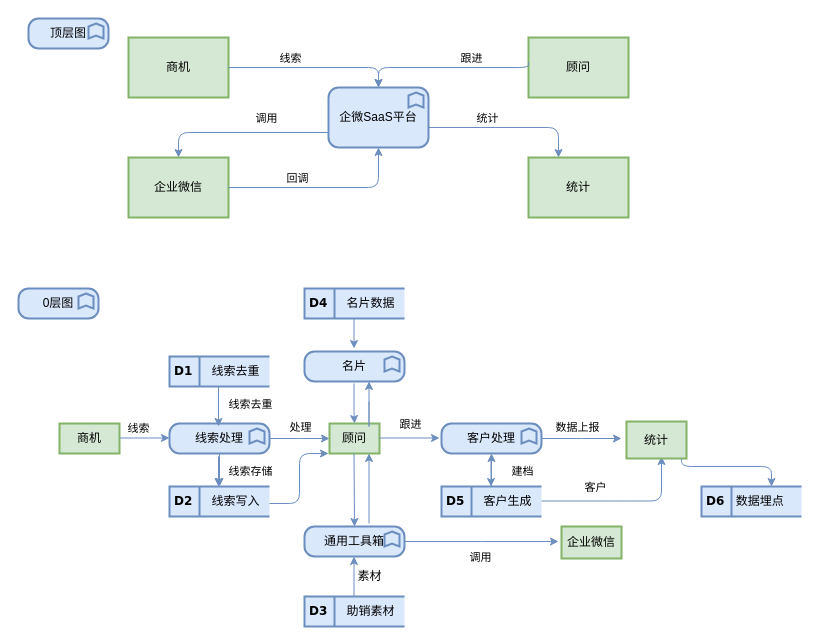
Above: Untitled Diagram.drawio in ulfsar/wiki (draw.io), before the change. Source tidied: cells renumbered, new cells numbered last; positions are measured from the earlier drawing's top-left corner, leaving out a move shared by most shapes. Both pictures are drawn from the tidied source at 100%, with x=0, y=0 at pixel (18, 18).
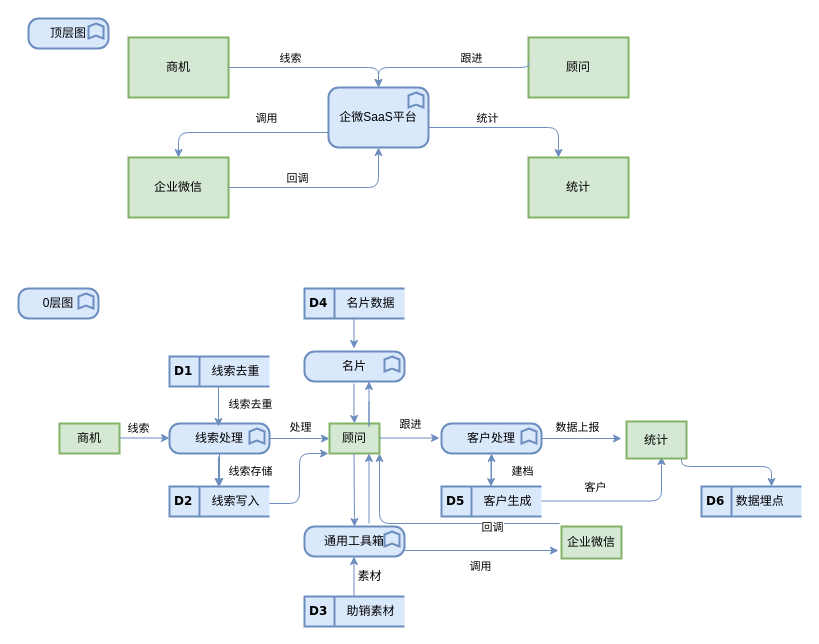
The same diagram, later.

Commit message:
企微SaaS数据流0层

The change refers to these unchanged cells:
```xml
<mxCell id="47" value="通用工具箱" style="html=1;outlineConnect=0;whiteSpace=wrap;fillColor=#dae8fc;strokeColor=#6c8ebf;shape=mxgraph.archimate3.application;appType=func;archiType=rounded;strokeWidth=2;" parent="1" vertex="1">
  <mxGeometry x="286" y="508" width="100" height="30" as="geometry" />
</mxCell>
```

The edit, as a diff of the source:
```diff
@@
-    <mxCell id="45" style="edgeStyle=orthogonalEdgeStyle;rounded=0;jettySize=auto;html=1;exitX=1;exitY=0.5;exitDx=0;exitDy=0;exitPerimeter=0;strokeColor=#6C8EBF;" parent="1" edge="1" source="47">
+    <mxCell id="45" style="edgeStyle=orthogonalEdgeStyle;rounded=0;orthogonalLoop=1;jettySize=auto;html=1;exitX=1;exitY=0.5;exitDx=0;exitDy=0;exitPerimeter=0;strokeColor=#6C8EBF;" parent="1" edge="1">
       <mxGeometry relative="1" as="geometry">
-        <mxPoint x="540" y="523" as="targetPoint" />
+        <mxPoint x="386" y="532" as="sourcePoint" />
+        <mxPoint x="540" y="532" as="targetPoint" />
       </mxGeometry>
     </mxCell>
@@
+    <mxCell id="62" style="edgeStyle=segmentEdgeStyle;endArrow=classic;html=1;strokeColor=#6C8EBF;" parent="1" edge="1">
+      <mxGeometry relative="1" as="geometry">
+        <mxPoint x="541" y="505" as="sourcePoint" />
+        <mxPoint x="361" y="435" as="targetPoint" />
+        <Array as="points">
+          <mxPoint x="541" y="505" />
+          <mxPoint x="361" y="505" />
+        </Array>
+      </mxGeometry>
+    </mxCell>
+    <mxCell id="63" value="回调" style="edgeLabel;html=1;align=center;verticalAlign=middle;" parent="62" vertex="1">
+      <mxGeometry x="-0.44" y="1" relative="1" as="geometry">
+        <mxPoint x="2" y="2" as="offset" />
+      </mxGeometry>
+    </mxCell>
```
